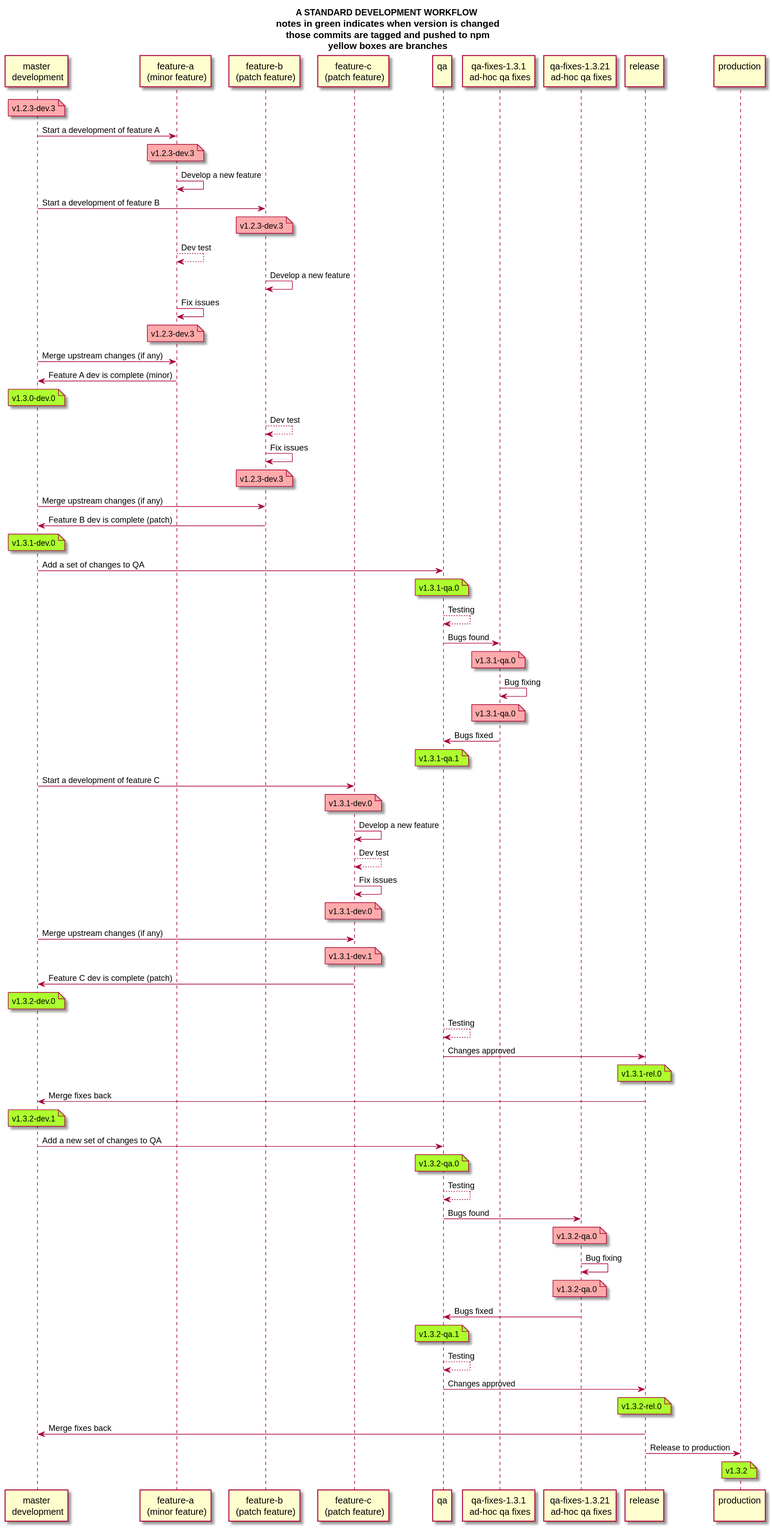
This is development/git-workflow/git-std-worklow-proposal.svg from alpheios-project/documentation, a PlantUML export, as it was before one commit.
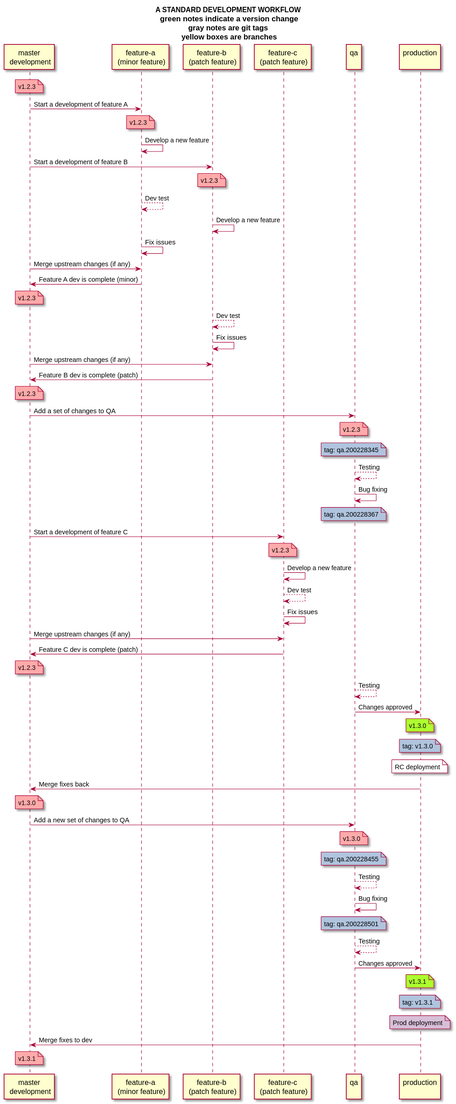
After the change.

Commit message:
Updated workflow diagrams

The edit, as a diff of the source:
```diff
@@ -1,77 +1,67 @@
 @startuml
-title A STANDARD DEVELOPMENT WORKFLOW\n notes in green indicates when version is changed\n those commits are tagged and pushed to npm\n yellow boxes are branches
+title A STANDARD DEVELOPMENT WORKFLOW\n green notes indicate a version change\n gray notes are git tags \n yellow boxes are branches
 participant "master\n development" as mst
 participant "feature-a\n (minor feature)" as f1
 participant "feature-b\n (patch feature)" as f2
 participant "feature-c\n (patch feature)" as f3
 participant "qa\n" as qa
-participant "qa-fixes-1.3.1\n ad-hoc qa fixes" as qafix
-participant "qa-fixes-1.3.21\n ad-hoc qa fixes" as qafix2
-participant "release\n" as rel
 participant "production\n" as prod
 
-note over mst #FFAAAA: v1.2.3-dev.3
+note over mst #FFAAAA: v1.2.3
 mst -> f1: Start a development of feature A
-note over f1 #FFAAAA: v1.2.3-dev.3
+note over f1 #FFAAAA: v1.2.3
 f1 -> f1: Develop a new feature
 mst -> f2: Start a development of feature B
-note over f2 #FFAAAA: v1.2.3-dev.3
+note over f2 #FFAAAA: v1.2.3
 f1 --> f1: Dev test
 f2 -> f2: Develop a new feature
 f1 -> f1: Fix issues
-note over f1 #FFAAAA: v1.2.3-dev.3
 mst -> f1: Merge upstream changes (if any)
 f1 -> mst: Feature A dev is complete (minor)
-note over mst #GreenYellow: v1.3.0-dev.0
+note over mst #FFAAAA: v1.2.3
 
 f2 --> f2: Dev test
 f2 -> f2: Fix issues
-note over f2 #FFAAAA: v1.2.3-dev.3
 mst -> f2: Merge upstream changes (if any)
 f2 -> mst: Feature B dev is complete (patch)
-note over mst #GreenYellow: v1.3.1-dev.0
+note over mst #FFAAAA: v1.2.3
 
 mst -> qa: Add a set of changes to QA
-note over qa #GreenYellow: v1.3.1-qa.0
+note over qa #FFAAAA: v1.2.3
+note over qa #LightSteelBlue: tag: qa.200228345
 qa --> qa: Testing
-qa -> qafix: Bugs found
-note over qafix #FFAAAA: v1.3.1-qa.0
-qafix -> qafix: Bug fixing
-note over qafix #FFAAAA: v1.3.1-qa.0
-qafix -> qa: Bugs fixed
-note over qa #GreenYellow: v1.3.1-qa.1
+qa -> qa: Bug fixing
+note over qa #LightSteelBlue: tag: qa.200228367
 
 mst -> f3: Start a development of feature C
-note over f3 #FFAAAA: v1.3.1-dev.0
+note over f3 #FFAAAA: v1.2.3
 f3 -> f3: Develop a new feature
 f3 --> f3: Dev test
 f3 -> f3: Fix issues
-note over f3 #FFAAAA: v1.3.1-dev.0
 mst -> f3: Merge upstream changes (if any)
-note over f3 #FFAAAA: v1.3.1-dev.1
 f3 -> mst: Feature C dev is complete (patch)
-note over mst #GreenYellow: v1.3.2-dev.0
+note over mst #FFAAAA: v1.2.3
 
 qa --> qa: Testing
-qa -> rel: Changes approved
-note over rel #GreenYellow: v1.3.1-rel.0
-rel -> mst: Merge fixes back
-note over mst #GreenYellow: v1.3.2-dev.1
+qa -> prod: Changes approved
+note over prod #GreenYellow: v1.3.0
+note over prod #LightSteelBlue: tag: v1.3.0
+note over prod #White: RC deployment
+prod -> mst: Merge fixes back
+note over mst #FFAAAA: v1.3.0
 
 mst -> qa: Add a new set of changes to QA
-note over qa #GreenYellow: v1.3.2-qa.0
+note over qa #FFAAAA: v1.3.0
+note over qa #LightSteelBlue: tag: qa.200228455
 qa --> qa: Testing
-qa -> qafix2: Bugs found
-note over qafix2 #FFAAAA: v1.3.2-qa.0
-qafix2 -> qafix2: Bug fixing
-note over qafix2 #FFAAAA: v1.3.2-qa.0
-qafix2 -> qa: Bugs fixed
-note over qa #GreenYellow: v1.3.2-qa.1
+qa -> qa: Bug fixing
+note over qa #LightSteelBlue: tag: qa.200228501
 qa --> qa: Testing
-qa -> rel: Changes approved
-note over rel #GreenYellow: v1.3.2-rel.0
-rel -> mst: Merge fixes back
+qa -> prod: Changes approved
+note over prod #GreenYellow: v1.3.1
+note over prod #LightSteelBlue: tag: v1.3.1
+note over prod #Thistle: Prod deployment
+prod -> mst: Merge fixes to dev
+note over mst #FFAAAA: v1.3.1
 
-rel -> prod: Release to production
-note over prod #GreenYellow: v1.3.2
 @enduml
```
